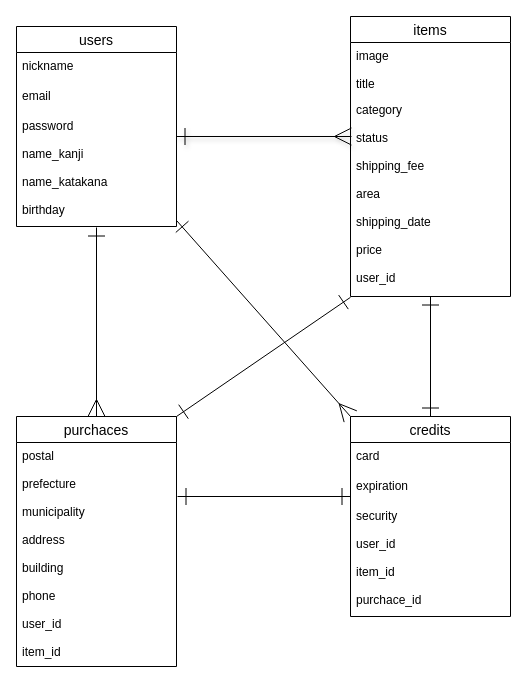
The draw.io diagram er.dio in takeuchitakumi/furima-35565, before the edit. Source tidied: cells renumbered, new cells numbered last; positions are measured from the earlier drawing's top-left corner, leaving out a move shared by most shapes. Both pictures are drawn from the tidied source at 100%, with x=0, y=0 at pixel (16, 16).
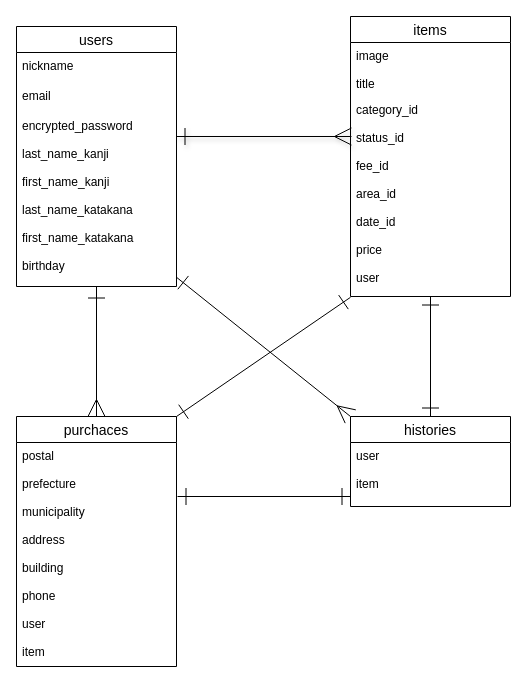
Above is the later version.

Commit message (it also covers changes not shown here):
データベース設計2

The change refers to these unchanged cells:
```xml
<mxCell id="7" value="items" style="swimlane;fontStyle=0;horizontal=1;startSize=26;align=center;fontSize=14;" parent="1" vertex="1">
  <mxGeometry x="334" width="160" height="280" as="geometry" />
</mxCell>
<mxCell id="10" value="purchaces" style="swimlane;fontStyle=0;horizontal=1;startSize=26;align=center;fontSize=14;" parent="1" vertex="1">
  <mxGeometry y="400" width="160" height="250" as="geometry" />
</mxCell>
```

The edit, as a diff of the source:
```diff
@@
-    <mxCell id="2" style="edgeStyle=orthogonalEdgeStyle;rounded=0;jettySize=auto;html=1;entryX=0.5;entryY=0;entryDx=0;entryDy=0;startArrow=ERone;startFill=0;startSize=15;endArrow=ERmany;endFill=0;endSize=15;targetPerimeterSpacing=0;" parent="1" edge="1" target="10">
+    <mxCell id="2" style="edgeStyle=orthogonalEdgeStyle;rounded=0;jettySize=auto;html=1;startArrow=ERone;startFill=0;startSize=15;endArrow=ERmany;endFill=0;endSize=15;targetPerimeterSpacing=0;entryX=0.5;entryY=0;entryDx=0;entryDy=0;" parent="1" edge="1" target="10">
       <mxGeometry relative="1" as="geometry">
-        <mxPoint x="80" y="211" as="sourcePoint" />
+        <mxPoint x="80" y="290" as="sourcePoint" />
         <Array as="points">
-          <mxPoint x="80" y="211" />
+          <mxPoint x="80" y="270" />
+          <mxPoint x="80" y="270" />
         </Array>
       </mxGeometry>
     </mxCell>
     <mxCell id="3" value="users" style="swimlane;fontStyle=0;horizontal=1;startSize=26;align=center;fontSize=14;" parent="1" vertex="1">
-      <mxGeometry y="10" width="160" height="200" as="geometry" />
+      <mxGeometry y="10" width="160" height="260" as="geometry" />
     </mxCell>
@@
-    <mxCell id="6" value="password&#10;&#10;name_kanji&#10;&#10;name_katakana&#10;&#10;birthday" style="text;strokeColor=none;fillColor=none;spacingLeft=4;spacingRight=4;overflow=hidden;points=[[0,0.5],[1,0.5]];portConstraint=eastwest;fontSize=12;" parent="3" vertex="1">
-      <mxGeometry y="86" width="160" height="114" as="geometry" />
+    <mxCell id="6" value="encrypted_password&#10;&#10;last_name_kanji&#10;&#10;first_name_kanji&#10;&#10;last_name_katakana&#10;&#10;first_name_katakana&#10;&#10;birthday" style="text;strokeColor=none;fillColor=none;spacingLeft=4;spacingRight=4;overflow=hidden;points=[[0,0.5],[1,0.5]];portConstraint=eastwest;fontSize=12;" parent="3" vertex="1">
+      <mxGeometry y="86" width="160" height="174" as="geometry" />
     </mxCell>
@@
-    <mxCell id="9" value="category&#10;&#10;status&#10;&#10;shipping_fee&#10;&#10;area&#10;&#10;shipping_date&#10;&#10;price&#10;&#10;user_id" style="text;strokeColor=none;fillColor=none;spacingLeft=4;spacingRight=4;overflow=hidden;points=[[0,0.5],[1,0.5]];portConstraint=eastwest;fontSize=12;" parent="7" vertex="1">
+    <mxCell id="9" value="category_id&#10;&#10;status_id&#10;&#10;fee_id&#10;&#10;area_id&#10;&#10;date_id&#10;&#10;price&#10;&#10;user" style="text;strokeColor=none;fillColor=none;spacingLeft=4;spacingRight=4;overflow=hidden;points=[[0,0.5],[1,0.5]];portConstraint=eastwest;fontSize=12;" parent="7" vertex="1">
       <mxGeometry y="80" width="160" height="200" as="geometry" />
     </mxCell>
@@
-    <mxCell id="11" value="postal&#10;&#10;prefecture&#10;&#10;municipality&#10;&#10;address&#10;&#10;building&#10;&#10;phone&#10;&#10;user_id&#10;&#10;item_id" style="text;strokeColor=none;fillColor=none;spacingLeft=4;spacingRight=4;overflow=hidden;fontSize=12;" parent="10" vertex="1">
+    <mxCell id="11" value="postal&#10;&#10;prefecture&#10;&#10;municipality&#10;&#10;address&#10;&#10;building&#10;&#10;phone&#10;&#10;user&#10;&#10;item" style="text;strokeColor=none;fillColor=none;spacingLeft=4;spacingRight=4;overflow=hidden;fontSize=12;" parent="10" vertex="1">
       <mxGeometry y="26" width="160" height="224" as="geometry" />
     </mxCell>
-    <mxCell id="12" value="credits" style="swimlane;fontStyle=0;horizontal=1;startSize=26;align=center;fontSize=14;" parent="1" vertex="1">
-      <mxGeometry x="334" y="400" width="160" height="200" as="geometry" />
+    <mxCell id="12" value="histories" style="swimlane;fontStyle=0;horizontal=1;startSize=26;align=center;fontSize=14;" parent="1" vertex="1">
+      <mxGeometry x="334" y="400" width="160" height="90" as="geometry" />
     </mxCell>
-    <mxCell id="13" value="card" style="text;strokeColor=none;fillColor=none;spacingLeft=4;spacingRight=4;overflow=hidden;fontSize=12;" parent="12" vertex="1">
-      <mxGeometry y="26" width="160" height="30" as="geometry" />
+    <mxCell id="13" value="user&#10;&#10;item" style="text;strokeColor=none;fillColor=none;spacingLeft=4;spacingRight=4;overflow=hidden;fontSize=12;" parent="12" vertex="1">
+      <mxGeometry y="26" width="160" height="64" as="geometry" />
     </mxCell>
-    <mxCell id="14" value="expiration" style="text;strokeColor=none;fillColor=none;spacingLeft=4;spacingRight=4;overflow=hidden;fontSize=12;" parent="12" vertex="1">
-      <mxGeometry y="56" width="160" height="30" as="geometry" />
-    </mxCell>
-    <mxCell id="15" value="security&#10;&#10;user_id&#10;&#10;item_id&#10;&#10;purchace_id" style="text;strokeColor=none;fillColor=none;spacingLeft=4;spacingRight=4;overflow=hidden;fontSize=12;" parent="12" vertex="1">
-      <mxGeometry y="86" width="160" height="114" as="geometry" />
-    </mxCell>
```
